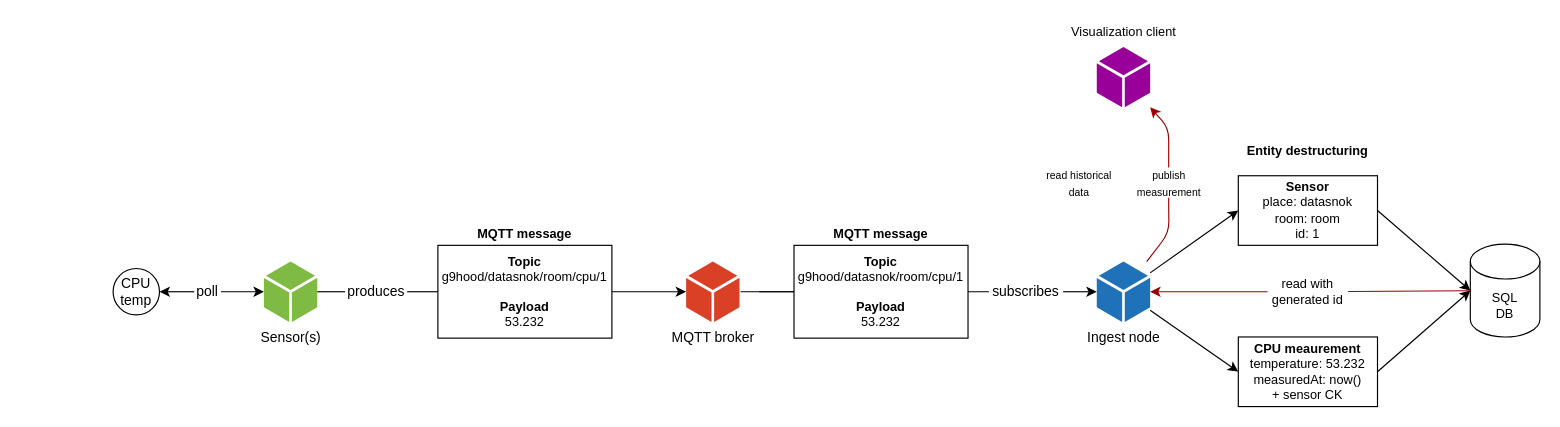
This is page "Full flow" (4 of 4) of docs/diagrams/architecture.v2.drawio from thedatasnok/idata2304-iot-project, a draw.io file, before an edit. Source tidied: cells renumbered, new cells numbered last; positions are measured from the earlier drawing's top-left corner, leaving out a move shared by most shapes. Both pictures are drawn from the tidied source at 116%, with x=0, y=0 at pixel (113, 20).
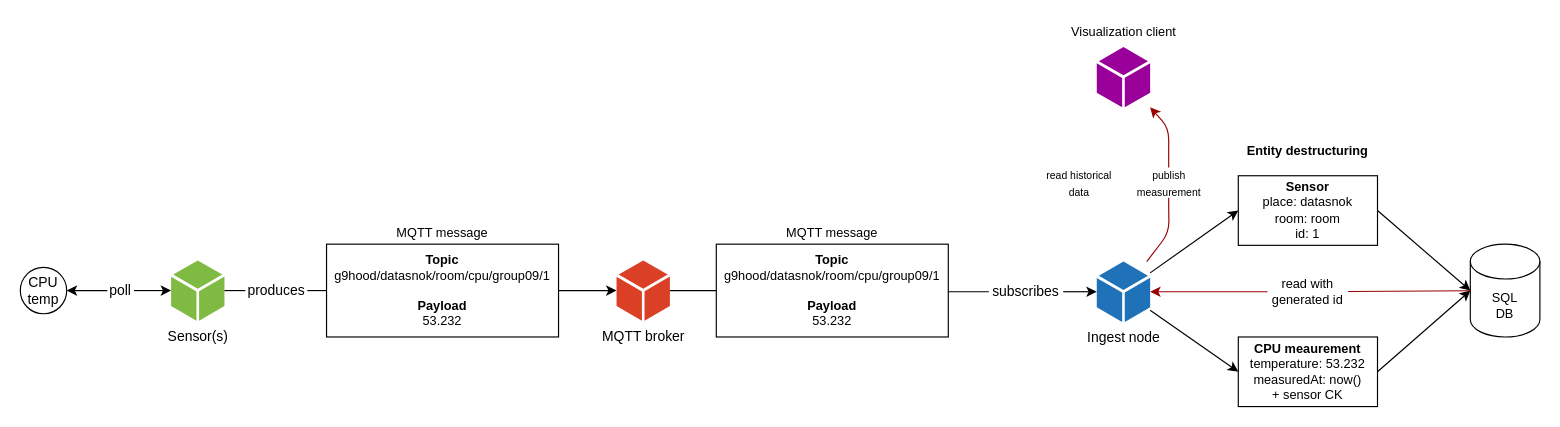
Above is the later version.

The edit, as a diff of the source:
```diff
@@
-    <mxCell id="2" style="edgeStyle=none;html=1;startArrow=none;exitX=1;exitY=0.5;exitDx=0;exitDy=0;" parent="1" edge="1" source="13" target="5">
-      <mxGeometry relative="1" as="geometry" />
-    </mxCell>
-    <mxCell id="3" style="edgeStyle=none;html=1;entryX=1;entryY=0.5;entryDx=0;entryDy=0;startArrow=none;startFill=1;" parent="1" edge="1" source="10" target="6">
-      <mxGeometry relative="1" as="geometry" />
-    </mxCell>
-    <mxCell id="4" value="Sensor(s)" style="sketch=0;shadow=0;dashed=0;html=1;strokeColor=none;labelPosition=center;verticalLabelPosition=bottom;verticalAlign=top;outlineConnect=0;align=center;shape=mxgraph.office.concepts.node_generic;fillColor=#7FBA42;" parent="1" vertex="1">
-      <mxGeometry x="130" y="208" width="46" height="52" as="geometry" />
-    </mxCell>
-    <mxCell id="5" value="MQTT broker" style="sketch=0;shadow=0;dashed=0;html=1;strokeColor=none;labelPosition=center;verticalLabelPosition=bottom;verticalAlign=top;outlineConnect=0;align=center;shape=mxgraph.office.concepts.node_generic;fillColor=#DA4026;" parent="1" vertex="1">
-      <mxGeometry x="494" y="208" width="46" height="52" as="geometry" />
-    </mxCell>
-    <mxCell id="6" value="CPU&lt;br&gt;temp" style="ellipse;whiteSpace=wrap;html=1;" parent="1" vertex="1">
-      <mxGeometry y="214" width="40" height="40" as="geometry" />
-    </mxCell>
-    <mxCell id="7" value="produces" style="text;html=1;strokeColor=none;fillColor=none;align=center;verticalAlign=middle;whiteSpace=wrap;rounded=0;" parent="1" vertex="1">
-      <mxGeometry x="200" y="224" width="53.5" height="20" as="geometry" />
-    </mxCell>
-    <mxCell id="8" style="edgeStyle=none;html=1;endArrow=none;" parent="1" edge="1" source="4" target="7">
-      <mxGeometry relative="1" as="geometry" />
-    </mxCell>
-    <mxCell id="9" style="edgeStyle=none;html=1;startArrow=none;endArrow=none;" parent="1" edge="1" source="7" target="13">
-      <mxGeometry relative="1" as="geometry" />
-    </mxCell>
-    <mxCell id="10" value="poll" style="text;html=1;strokeColor=none;fillColor=none;align=center;verticalAlign=middle;whiteSpace=wrap;rounded=0;" parent="1" vertex="1">
-      <mxGeometry x="70" y="224" width="23" height="20" as="geometry" />
-    </mxCell>
-    <mxCell id="11" style="edgeStyle=none;html=1;entryX=1;entryY=0.5;entryDx=0;entryDy=0;startArrow=classic;startFill=1;endArrow=none;" parent="1" edge="1" source="4" target="10">
-      <mxGeometry relative="1" as="geometry" />
-    </mxCell>
-    <mxCell id="12" style="group;" parent="1" vertex="1">
-      <mxGeometry x="280" y="194" width="150" height="80" as="geometry" />
-    </mxCell>
-    <mxCell id="13" style="rounded=0;whiteSpace=wrap;html=1;align=center;" parent="12" vertex="1">
-      <mxGeometry width="150" height="80" as="geometry" />
-    </mxCell>
-    <mxCell id="14" value="&lt;div style=&quot;font-size: 11px&quot;&gt;&lt;b&gt;&lt;font style=&quot;font-size: 11px&quot;&gt;Topic&lt;/font&gt;&lt;/b&gt;&lt;/div&gt;&lt;font style=&quot;font-size: 11px&quot;&gt;&lt;div&gt;&lt;span&gt;g9hood/datasnok/room/cpu/1&lt;/span&gt;&lt;/div&gt;&lt;div&gt;&lt;span&gt;&lt;br&gt;&lt;/span&gt;&lt;/div&gt;&lt;div&gt;&lt;b&gt;Payload&lt;/b&gt;&lt;/div&gt;&lt;div&gt;53.232&lt;/div&gt;&lt;/font&gt;" style="text;html=1;strokeColor=none;fillColor=none;align=center;verticalAlign=middle;whiteSpace=wrap;rounded=0;" parent="12" vertex="1">
-      <mxGeometry x="15" y="10" width="120" height="60" as="geometry" />
-    </mxCell>
-    <mxCell id="15" value="MQTT message" style="text;html=1;strokeColor=none;fillColor=none;align=center;verticalAlign=middle;whiteSpace=wrap;rounded=0;fontSize=11;fontStyle=1;" parent="1" vertex="1">
-      <mxGeometry x="310" y="174" width="90" height="20" as="geometry" />
-    </mxCell>
@@
-    <mxCell id="21" style="edgeStyle=none;html=1;startArrow=none;startFill=0;endArrow=none;entryX=0;entryY=0.5;entryDx=0;entryDy=0;" parent="1" edge="1" target="25">
-      <mxGeometry relative="1" as="geometry">
-        <mxPoint x="541" y="234" as="sourcePoint" />
-      </mxGeometry>
-    </mxCell>
@@
-    <mxCell id="24" style="group;" parent="1" vertex="1">
-      <mxGeometry x="587" y="194" width="150" height="80" as="geometry" />
-    </mxCell>
-    <mxCell id="25" style="rounded=0;whiteSpace=wrap;html=1;align=center;" parent="24" vertex="1">
-      <mxGeometry width="150" height="80" as="geometry" />
-    </mxCell>
-    <mxCell id="26" value="&lt;div style=&quot;font-size: 11px&quot;&gt;&lt;b&gt;&lt;font style=&quot;font-size: 11px&quot;&gt;Topic&lt;/font&gt;&lt;/b&gt;&lt;/div&gt;&lt;font style=&quot;font-size: 11px&quot;&gt;&lt;div&gt;&lt;span&gt;g9hood/datasnok/room/cpu/1&lt;/span&gt;&lt;/div&gt;&lt;div&gt;&lt;span&gt;&lt;br&gt;&lt;/span&gt;&lt;/div&gt;&lt;div&gt;&lt;b&gt;Payload&lt;/b&gt;&lt;/div&gt;&lt;div&gt;53.232&lt;/div&gt;&lt;/font&gt;" style="text;html=1;strokeColor=none;fillColor=none;align=center;verticalAlign=middle;whiteSpace=wrap;rounded=0;" parent="24" vertex="1">
-      <mxGeometry x="15" y="10" width="120" height="60" as="geometry" />
-    </mxCell>
-    <mxCell id="27" value="MQTT message" style="text;html=1;strokeColor=none;fillColor=none;align=center;verticalAlign=middle;whiteSpace=wrap;rounded=0;fontSize=11;fontStyle=1;" parent="1" vertex="1">
-      <mxGeometry x="617" y="174" width="90" height="20" as="geometry" />
-    </mxCell>
@@
+    <mxCell id="48" style="edgeStyle=none;html=1;startArrow=none;exitX=1;exitY=0.5;exitDx=0;exitDy=0;" parent="1" edge="1" source="51" target="5">
+      <mxGeometry relative="1" as="geometry" />
+    </mxCell>
+    <mxCell id="3" style="edgeStyle=none;html=1;entryX=1;entryY=0.5;entryDx=0;entryDy=0;startArrow=none;startFill=1;" parent="1" edge="1" source="10" target="6">
+      <mxGeometry relative="1" as="geometry" />
+    </mxCell>
+    <mxCell id="4" value="Sensor(s)" style="sketch=0;shadow=0;dashed=0;html=1;strokeColor=none;labelPosition=center;verticalLabelPosition=bottom;verticalAlign=top;outlineConnect=0;align=center;shape=mxgraph.office.concepts.node_generic;fillColor=#7FBA42;" parent="1" vertex="1">
+      <mxGeometry x="50" y="207" width="46" height="52" as="geometry" />
+    </mxCell>
+    <mxCell id="5" value="MQTT broker" style="sketch=0;shadow=0;dashed=0;html=1;strokeColor=none;labelPosition=center;verticalLabelPosition=bottom;verticalAlign=top;outlineConnect=0;align=center;shape=mxgraph.office.concepts.node_generic;fillColor=#DA4026;" parent="1" vertex="1">
+      <mxGeometry x="434" y="207" width="46" height="52" as="geometry" />
+    </mxCell>
+    <mxCell id="6" value="CPU&lt;br&gt;temp" style="ellipse;whiteSpace=wrap;html=1;" parent="1" vertex="1">
+      <mxGeometry x="-80" y="213" width="40" height="40" as="geometry" />
+    </mxCell>
+    <mxCell id="7" value="produces" style="text;html=1;strokeColor=none;fillColor=none;align=center;verticalAlign=middle;whiteSpace=wrap;rounded=0;" parent="1" vertex="1">
+      <mxGeometry x="114" y="223" width="53.5" height="20" as="geometry" />
+    </mxCell>
+    <mxCell id="8" style="edgeStyle=none;html=1;endArrow=none;" parent="1" edge="1" source="4" target="7">
+      <mxGeometry relative="1" as="geometry" />
+    </mxCell>
+    <mxCell id="49" style="edgeStyle=none;html=1;startArrow=none;endArrow=none;" parent="1" edge="1" source="7" target="51">
+      <mxGeometry relative="1" as="geometry" />
+    </mxCell>
+    <mxCell id="10" value="poll" style="text;html=1;strokeColor=none;fillColor=none;align=center;verticalAlign=middle;whiteSpace=wrap;rounded=0;" parent="1" vertex="1">
+      <mxGeometry x="-5" y="223" width="23" height="20" as="geometry" />
+    </mxCell>
+    <mxCell id="11" style="edgeStyle=none;html=1;entryX=1;entryY=0.5;entryDx=0;entryDy=0;startArrow=classic;startFill=1;endArrow=none;" parent="1" edge="1" source="4" target="10">
+      <mxGeometry relative="1" as="geometry" />
+    </mxCell>
+    <mxCell id="50" style="group;" parent="1" vertex="1">
+      <mxGeometry x="184" y="193" width="200" height="80" as="geometry" />
+    </mxCell>
+    <mxCell id="51" style="rounded=0;whiteSpace=wrap;html=1;align=center;" parent="50" vertex="1">
+      <mxGeometry width="200" height="80" as="geometry" />
+    </mxCell>
+    <mxCell id="52" value="&lt;div style=&quot;font-size: 11px&quot;&gt;&lt;b&gt;&lt;font style=&quot;font-size: 11px&quot;&gt;Topic&lt;/font&gt;&lt;/b&gt;&lt;/div&gt;&lt;font style=&quot;font-size: 11px&quot;&gt;&lt;div&gt;&lt;span&gt;g9hood/datasnok/room/cpu/group09/1&lt;/span&gt;&lt;/div&gt;&lt;div&gt;&lt;span&gt;&lt;br&gt;&lt;/span&gt;&lt;/div&gt;&lt;div&gt;&lt;b&gt;Payload&lt;/b&gt;&lt;/div&gt;&lt;div&gt;53.232&lt;/div&gt;&lt;/font&gt;" style="text;html=1;strokeColor=none;fillColor=none;align=center;verticalAlign=middle;whiteSpace=wrap;rounded=0;" parent="50" vertex="1">
+      <mxGeometry x="20" y="10" width="160" height="60" as="geometry" />
+    </mxCell>
+    <mxCell id="53" value="MQTT message" style="text;html=1;strokeColor=none;fillColor=none;align=center;verticalAlign=middle;whiteSpace=wrap;rounded=0;fontSize=11;" parent="1" vertex="1">
+      <mxGeometry x="239" y="173" width="90" height="20" as="geometry" />
+    </mxCell>
+    <mxCell id="54" style="edgeStyle=none;html=1;startArrow=none;endArrow=none;" parent="1" edge="1" target="56">
+      <mxGeometry relative="1" as="geometry">
+        <mxPoint x="480" y="233" as="sourcePoint" />
+      </mxGeometry>
+    </mxCell>
+    <mxCell id="55" style="group;" parent="1" vertex="1">
+      <mxGeometry x="520" y="193" width="200" height="80" as="geometry" />
+    </mxCell>
+    <mxCell id="56" style="rounded=0;whiteSpace=wrap;html=1;align=center;" parent="55" vertex="1">
+      <mxGeometry width="200" height="80" as="geometry" />
+    </mxCell>
+    <mxCell id="57" value="&lt;div style=&quot;font-size: 11px&quot;&gt;&lt;b&gt;&lt;font style=&quot;font-size: 11px&quot;&gt;Topic&lt;/font&gt;&lt;/b&gt;&lt;/div&gt;&lt;font style=&quot;font-size: 11px&quot;&gt;&lt;div&gt;&lt;span&gt;g9hood/datasnok/room/cpu/group09/1&lt;/span&gt;&lt;/div&gt;&lt;div&gt;&lt;span&gt;&lt;br&gt;&lt;/span&gt;&lt;/div&gt;&lt;div&gt;&lt;b&gt;Payload&lt;/b&gt;&lt;/div&gt;&lt;div&gt;53.232&lt;/div&gt;&lt;/font&gt;" style="text;html=1;strokeColor=none;fillColor=none;align=center;verticalAlign=middle;whiteSpace=wrap;rounded=0;" parent="55" vertex="1">
+      <mxGeometry x="20" y="10" width="160" height="60" as="geometry" />
+    </mxCell>
+    <mxCell id="58" value="MQTT message" style="text;html=1;strokeColor=none;fillColor=none;align=center;verticalAlign=middle;whiteSpace=wrap;rounded=0;fontSize=11;" parent="1" vertex="1">
+      <mxGeometry x="575" y="173" width="90" height="20" as="geometry" />
+    </mxCell>
```
